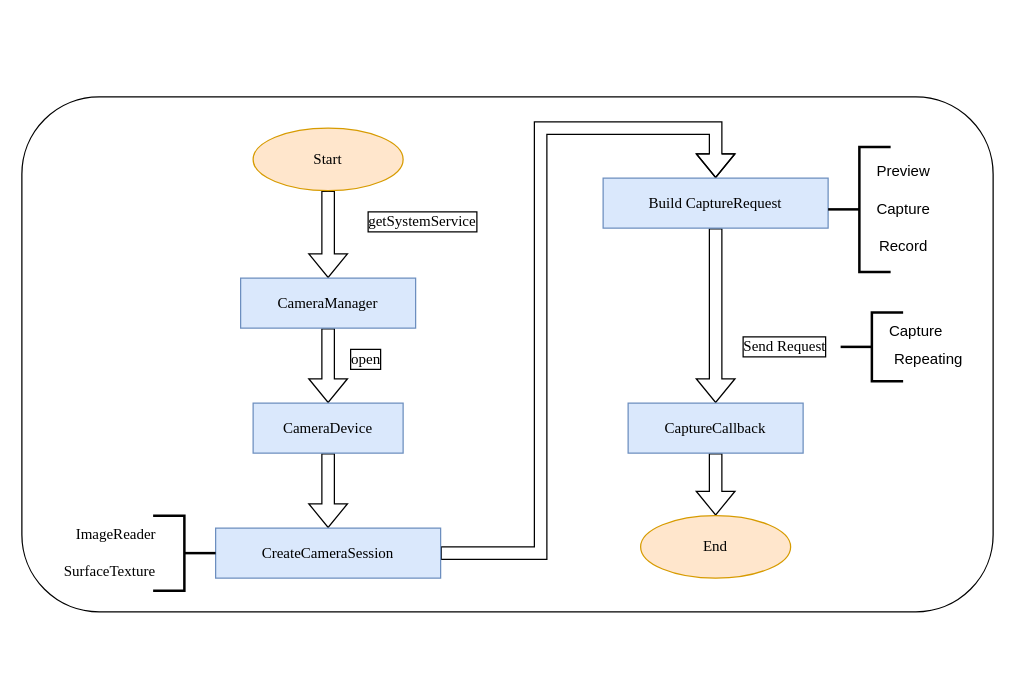
Above: camera2.drawio in Bright-Hsu/Real-Time-Trans-Server (draw.io), before the change. Source tidied: cells renumbered, new cells numbered last; positions are measured from the earlier drawing's top-left corner, leaving out a move shared by most shapes. Both pictures are drawn from the tidied source at 125%, with x=0, y=0 at pixel (21, 96).
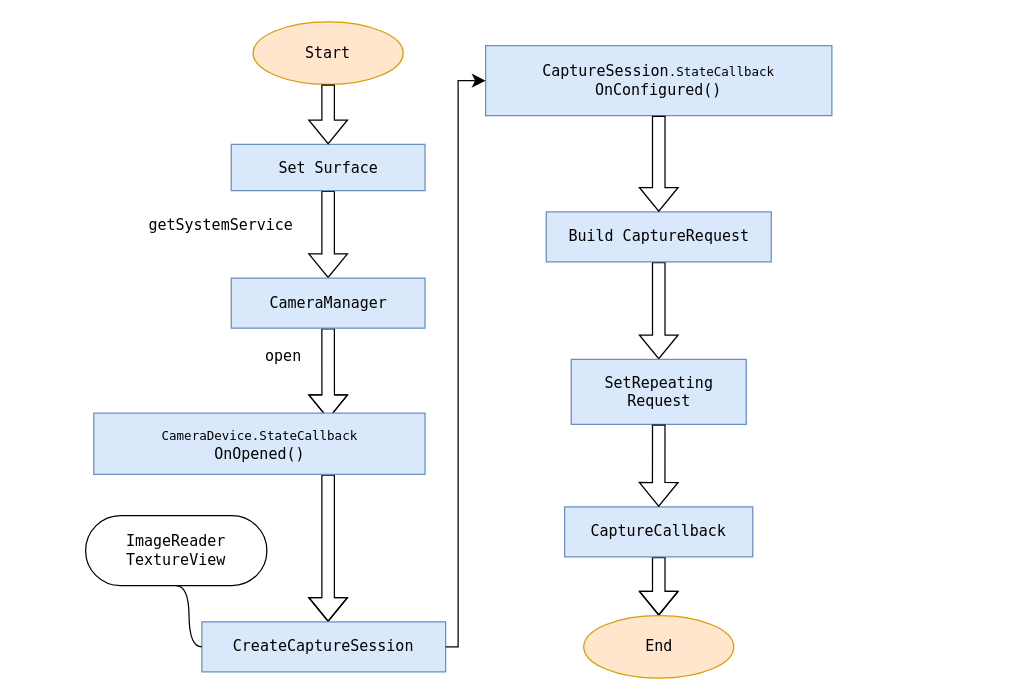
The same diagram, later.

Change to the diagram source:
```diff
@@
-    <mxCell id="2" style="edgeStyle=orthogonalEdgeStyle;rounded=0;jettySize=auto;html=1;shape=flexArrow;fontFamily=Times New Roman;" parent="1" edge="1" source="3" target="5">
+    <mxCell id="2" style="edgeStyle=orthogonalEdgeStyle;rounded=0;jettySize=auto;html=1;shape=flexArrow;fontFamily=Lucida Console;exitX=0.5;exitY=1;exitDx=0;exitDy=0;" parent="1" edge="1" source="29" target="5">
       <mxGeometry relative="1" as="geometry" />
     </mxCell>
-    <mxCell id="3" value="Start" style="ellipse;whiteSpace=wrap;html=1;fillColor=#ffe6cc;strokeColor=#d79b00;fontFamily=Times New Roman;" parent="1" vertex="1">
-      <mxGeometry x="185" y="25" width="120" height="50" as="geometry" />
-    </mxCell>
-    <mxCell id="4" style="edgeStyle=orthogonalEdgeStyle;rounded=0;jettySize=auto;html=1;shape=flexArrow;fontFamily=Times New Roman;" parent="1" edge="1" source="5" target="7">
+    <mxCell id="4" style="edgeStyle=orthogonalEdgeStyle;rounded=0;jettySize=auto;html=1;shape=flexArrow;fontFamily=Lucida Console;entryX=0.708;entryY=0.1;entryDx=0;entryDy=0;entryPerimeter=0;" parent="1" edge="1" source="5" target="7">
       <mxGeometry relative="1" as="geometry" />
     </mxCell>
-    <mxCell id="5" value="CameraManager" style="whiteSpace=wrap;html=1;fillColor=#dae8fc;strokeColor=#6c8ebf;fontFamily=Times New Roman;" parent="1" vertex="1">
-      <mxGeometry x="175" y="145" width="140" height="40" as="geometry" />
+    <mxCell id="5" value="CameraManager" style="whiteSpace=wrap;html=1;fillColor=#dae8fc;strokeColor=#6c8ebf;fontFamily=Lucida Console;" parent="1" vertex="1">
+      <mxGeometry x="167.5" y="145" width="155" height="40" as="geometry" />
     </mxCell>
-    <mxCell id="6" style="edgeStyle=orthogonalEdgeStyle;rounded=0;jettySize=auto;html=1;shape=flexArrow;fontFamily=Times New Roman;" parent="1" edge="1" source="7" target="9">
-      <mxGeometry relative="1" as="geometry" />
+    <mxCell id="6" style="edgeStyle=orthogonalEdgeStyle;rounded=0;jettySize=auto;html=1;shape=flexArrow;fontFamily=Lucida Console;" parent="1" edge="1" source="7" target="9">
+      <mxGeometry relative="1" as="geometry">
+        <Array as="points">
+          <mxPoint x="245" y="376" />
+          <mxPoint x="245" y="376" />
+        </Array>
+      </mxGeometry>
     </mxCell>
-    <mxCell id="7" value="CameraDevice" style="whiteSpace=wrap;html=1;fillColor=#dae8fc;strokeColor=#6c8ebf;fontFamily=Times New Roman;" parent="1" vertex="1">
-      <mxGeometry x="185" y="245" width="120" height="40" as="geometry" />
+    <mxCell id="7" value="&lt;font size=&quot;1&quot;&gt;CameraDevice.StateCallback&lt;/font&gt;&lt;br&gt;OnOpened()" style="whiteSpace=wrap;html=1;fillColor=#dae8fc;strokeColor=#6c8ebf;fontFamily=Lucida Console;" parent="1" vertex="1">
+      <mxGeometry x="57.5" y="253" width="265" height="49" as="geometry" />
     </mxCell>
-    <mxCell id="8" style="edgeStyle=orthogonalEdgeStyle;rounded=0;jettySize=auto;html=1;entryX=0.5;entryY=0;entryDx=0;entryDy=0;shape=flexArrow;fontFamily=Times New Roman;" parent="1" edge="1" source="9" target="11">
-      <mxGeometry relative="1" as="geometry">
-        <Array as="points">
-          <mxPoint x="415" y="365" />
-          <mxPoint x="415" y="25" />
-          <mxPoint x="555" y="25" />
-        </Array>
-      </mxGeometry>
-    </mxCell>
-    <mxCell id="9" value="CreateCameraSession" style="whiteSpace=wrap;html=1;fillColor=#dae8fc;strokeColor=#6c8ebf;fontFamily=Times New Roman;" parent="1" vertex="1">
-      <mxGeometry x="155" y="345" width="180" height="40" as="geometry" />
+    <mxCell id="9" value="CreateCaptureSession" style="whiteSpace=wrap;html=1;fillColor=#dae8fc;strokeColor=#6c8ebf;fontFamily=Lucida Console;" parent="1" vertex="1">
+      <mxGeometry x="144" y="420" width="195" height="40" as="geometry" />
     </mxCell>
-    <mxCell id="10" style="edgeStyle=orthogonalEdgeStyle;rounded=0;jettySize=auto;html=1;shape=flexArrow;fontFamily=Times New Roman;" parent="1" edge="1" source="11" target="13">
+    <mxCell id="10" style="edgeStyle=orthogonalEdgeStyle;rounded=0;jettySize=auto;html=1;shape=flexArrow;fontFamily=Lucida Console;entryX=0.5;entryY=0;entryDx=0;entryDy=0;" parent="1" edge="1" source="11" target="36">
       <mxGeometry relative="1" as="geometry" />
     </mxCell>
-    <mxCell id="11" value="Build CaptureRequest" style="whiteSpace=wrap;html=1;fillColor=#dae8fc;strokeColor=#6c8ebf;fontFamily=Times New Roman;" parent="1" vertex="1">
-      <mxGeometry x="465" y="65" width="180" height="40" as="geometry" />
+    <mxCell id="11" value="Build CaptureRequest" style="whiteSpace=wrap;html=1;fillColor=#dae8fc;strokeColor=#6c8ebf;fontFamily=Lucida Console;" parent="1" vertex="1">
+      <mxGeometry x="419.5" y="92" width="180" height="40" as="geometry" />
     </mxCell>
-    <mxCell id="12" style="edgeStyle=orthogonalEdgeStyle;rounded=0;jettySize=auto;html=1;shape=flexArrow;fontFamily=Times New Roman;" parent="1" edge="1" source="13" target="14">
+    <mxCell id="12" style="edgeStyle=orthogonalEdgeStyle;rounded=0;jettySize=auto;html=1;shape=flexArrow;fontFamily=Lucida Console;" parent="1" edge="1" source="13" target="14">
       <mxGeometry relative="1" as="geometry" />
     </mxCell>
-    <mxCell id="13" value="CaptureCallback" style="whiteSpace=wrap;html=1;fillColor=#dae8fc;strokeColor=#6c8ebf;fontFamily=Times New Roman;" parent="1" vertex="1">
-      <mxGeometry x="485" y="245" width="140" height="40" as="geometry" />
+    <mxCell id="13" value="CaptureCallback" style="whiteSpace=wrap;html=1;fillColor=#dae8fc;strokeColor=#6c8ebf;fontFamily=Lucida Console;" parent="1" vertex="1">
+      <mxGeometry x="434.2" y="328" width="150.5" height="40" as="geometry" />
     </mxCell>
-    <mxCell id="14" value="End" style="ellipse;whiteSpace=wrap;html=1;fillColor=#ffe6cc;strokeColor=#d79b00;fontFamily=Times New Roman;" parent="1" vertex="1">
-      <mxGeometry x="495" y="335" width="120" height="50" as="geometry" />
+    <mxCell id="14" value="End" style="ellipse;whiteSpace=wrap;html=1;fillColor=#ffe6cc;strokeColor=#d79b00;fontFamily=Lucida Console;" parent="1" vertex="1">
+      <mxGeometry x="449.5" y="415" width="120" height="50" as="geometry" />
     </mxCell>
-    <mxCell id="15" value="getSystemService" style="text;html=1;align=center;verticalAlign=middle;strokeColor=none;fillColor=none;fontFamily=Times New Roman;labelBorderColor=#000000;" parent="1" vertex="1">
-      <mxGeometry x="250" y="85" width="140" height="30" as="geometry" />
+    <mxCell id="15" value="getSystemService" style="text;html=1;align=center;verticalAlign=middle;strokeColor=none;fillColor=none;fontFamily=Lucida Console;labelBorderColor=none;" parent="1" vertex="1">
+      <mxGeometry x="73" y="87" width="172" height="31" as="geometry" />
     </mxCell>
-    <mxCell id="16" value="open" style="text;html=1;align=center;verticalAlign=middle;strokeColor=none;fillColor=none;fontFamily=Times New Roman;labelBorderColor=#000000;" parent="1" vertex="1">
-      <mxGeometry x="250" y="195" width="50" height="30" as="geometry" />
+    <mxCell id="16" value="open" style="text;html=1;align=center;verticalAlign=middle;strokeColor=none;fillColor=none;fontFamily=Lucida Console;labelBorderColor=none;" parent="1" vertex="1">
+      <mxGeometry x="180" y="192" width="57" height="31" as="geometry" />
     </mxCell>
-    <mxCell id="17" style="strokeWidth=2;html=1;shape=mxgraph.flowchart.annotation_2;align=left;labelPosition=right;direction=west;fontFamily=Times New Roman;" parent="1" vertex="1">
-      <mxGeometry x="105" y="335" width="50" height="60" as="geometry" />
-    </mxCell>
-    <mxCell id="18" value="ImageReader" style="text;html=1;align=center;verticalAlign=middle;strokeColor=none;fillColor=none;fontFamily=Times New Roman;" parent="1" vertex="1">
-      <mxGeometry x="20" y="335" width="110" height="30" as="geometry" />
-    </mxCell>
-    <mxCell id="19" value="SurfaceTexture" style="text;html=1;align=center;verticalAlign=middle;strokeColor=none;fillColor=none;fontFamily=Times New Roman;" parent="1" vertex="1">
-      <mxGeometry x="10" y="365" width="120" height="30" as="geometry" />
-    </mxCell>
-    <mxCell id="20" style="strokeWidth=2;html=1;shape=mxgraph.flowchart.annotation_2;align=left;labelPosition=right;" parent="1" vertex="1">
-      <mxGeometry x="645" y="40" width="50" height="100" as="geometry" />
-    </mxCell>
-    <mxCell id="21" value="Preview" style="text;html=1;align=center;verticalAlign=middle;strokeColor=none;fillColor=none;" parent="1" vertex="1">
-      <mxGeometry x="665" y="45" width="80" height="30" as="geometry" />
-    </mxCell>
-    <mxCell id="22" value="Capture" style="text;html=1;align=center;verticalAlign=middle;strokeColor=none;fillColor=none;" parent="1" vertex="1">
-      <mxGeometry x="665" y="75" width="80" height="30" as="geometry" />
-    </mxCell>
-    <mxCell id="23" value="Record" style="text;html=1;align=center;verticalAlign=middle;strokeColor=none;fillColor=none;" parent="1" vertex="1">
-      <mxGeometry x="665" y="105" width="80" height="30" as="geometry" />
-    </mxCell>
-    <mxCell id="24" value="Send Request" style="text;html=1;align=center;verticalAlign=middle;strokeColor=none;fillColor=none;fontFamily=Times New Roman;labelBorderColor=#000000;labelBackgroundColor=default;" parent="1" vertex="1">
-      <mxGeometry x="555" y="185" width="110" height="30" as="geometry" />
-    </mxCell>
-    <mxCell id="25" style="strokeWidth=2;html=1;shape=mxgraph.flowchart.annotation_2;align=left;labelPosition=right;" parent="1" vertex="1">
-      <mxGeometry x="655" y="172.5" width="50" height="55" as="geometry" />
-    </mxCell>
-    <mxCell id="26" value="Capture" style="text;html=1;align=center;verticalAlign=middle;strokeColor=none;fillColor=none;" parent="1" vertex="1">
-      <mxGeometry x="675" y="172.5" width="80" height="30" as="geometry" />
-    </mxCell>
-    <mxCell id="27" value="Repeating" style="text;html=1;align=center;verticalAlign=middle;strokeColor=none;fillColor=none;" parent="1" vertex="1">
-      <mxGeometry x="675" y="195" width="100" height="30" as="geometry" />
-    </mxCell>
-    <mxCell id="28" style="rounded=1;whiteSpace=wrap;html=1;fillColor=none;" parent="1" vertex="1">
-      <mxGeometry width="777" height="412" as="geometry" />
-    </mxCell>
+    <mxCell id="3" value="Start" style="ellipse;whiteSpace=wrap;html=1;fillColor=#ffe6cc;strokeColor=#d79b00;fontFamily=Lucida Console;" parent="1" vertex="1">
+      <mxGeometry x="185" y="-60" width="120" height="50" as="geometry" />
+    </mxCell>
+    <mxCell id="29" value="Set Surface" style="whiteSpace=wrap;html=1;fillColor=#dae8fc;strokeColor=#6c8ebf;fontFamily=Lucida Console;" parent="1" vertex="1">
+      <mxGeometry x="167.5" y="38" width="155" height="37" as="geometry" />
+    </mxCell>
+    <mxCell id="30" style="edgeStyle=orthogonalEdgeStyle;rounded=0;jettySize=auto;html=1;shape=flexArrow;fontFamily=Lucida Console;entryX=0.5;entryY=0;entryDx=0;entryDy=0;exitX=0.5;exitY=1;exitDx=0;exitDy=0;" parent="1" edge="1" source="3" target="29">
+      <mxGeometry relative="1" as="geometry" />
+    </mxCell>
+    <mxCell id="31" value="&lt;font face=&quot;Lucida Console&quot;&gt;ImageReader&lt;br&gt;TextureView&lt;/font&gt;" style="whiteSpace=wrap;html=1;rounded=1;arcSize=50;align=center;verticalAlign=middle;strokeWidth=1;spacing=4;newEdgeStyle={&quot;edgeStyle&quot;:&quot;entityRelationEdgeStyle&quot;,&quot;startArrow&quot;:&quot;none&quot;,&quot;endArrow&quot;:&quot;none&quot;,&quot;segment&quot;:10,&quot;curved&quot;:1,&quot;sourcePerimeterSpacing&quot;:0,&quot;targetPerimeterSpacing&quot;:0};" parent="1" vertex="1">
+      <mxGeometry x="51" y="335" width="145" height="56" as="geometry" />
+    </mxCell>
+    <mxCell id="32" style="edgeStyle=entityRelationEdgeStyle;startArrow=none;endArrow=none;segment=10;curved=1;sourcePerimeterSpacing=0;targetPerimeterSpacing=0;rounded=0;exitX=0;exitY=0.5;exitDx=0;exitDy=0;entryX=0.5;entryY=1;entryDx=0;entryDy=0;" parent="1" edge="1" source="9" target="31">
+      <mxGeometry relative="1" as="geometry" />
+    </mxCell>
+    <mxCell id="33" value="CaptureSession&lt;font size=&quot;1&quot;&gt;.StateCallback&lt;/font&gt;&lt;br&gt;OnConfigured()" style="whiteSpace=wrap;html=1;fillColor=#dae8fc;strokeColor=#6c8ebf;fontFamily=Lucida Console;" parent="1" vertex="1">
+      <mxGeometry x="371" y="-41" width="277" height="56" as="geometry" />
+    </mxCell>
+    <mxCell id="34" style="edgeStyle=elbowEdgeStyle;elbow=horizontal;endArrow=classic;html=1;curved=0;rounded=0;endSize=8;startSize=8;exitX=1;exitY=0.5;exitDx=0;exitDy=0;entryX=0;entryY=0.5;entryDx=0;entryDy=0;" parent="1" edge="1" source="9" target="33">
+      <mxGeometry relative="1" as="geometry">
+        <Array as="points">
+          <mxPoint x="349" y="214" />
+        </Array>
+      </mxGeometry>
+    </mxCell>
+    <mxCell id="35" style="edgeStyle=orthogonalEdgeStyle;rounded=0;jettySize=auto;html=1;shape=flexArrow;fontFamily=Lucida Console;exitX=0.5;exitY=1;exitDx=0;exitDy=0;entryX=0.5;entryY=0;entryDx=0;entryDy=0;" parent="1" edge="1" source="33" target="11">
+      <mxGeometry relative="1" as="geometry" />
+    </mxCell>
+    <mxCell id="36" value="SetRepeating&lt;br&gt;Request" style="whiteSpace=wrap;html=1;fillColor=#dae8fc;strokeColor=#6c8ebf;fontFamily=Lucida Console;" parent="1" vertex="1">
+      <mxGeometry x="439.5" y="210" width="140" height="52" as="geometry" />
+    </mxCell>
+    <mxCell id="37" style="edgeStyle=orthogonalEdgeStyle;rounded=0;jettySize=auto;html=1;shape=flexArrow;fontFamily=Lucida Console;exitX=0.5;exitY=1;exitDx=0;exitDy=0;entryX=0.5;entryY=0;entryDx=0;entryDy=0;" parent="1" edge="1" source="36" target="13">
+      <mxGeometry relative="1" as="geometry" />
+    </mxCell>
```
